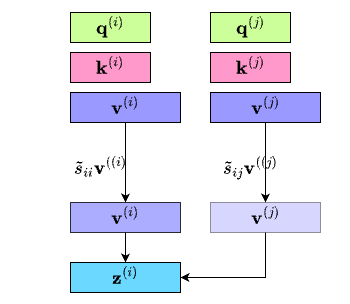
Before: ds701_book/drawio/ComputingAttention.png, a diagram exported from draw.io (tools4ds/DS701-Course-Notes). Source tidied: cells renumbered, new cells last; positions are measured from the earlier drawing's top-left corner, leaving out a move shared by most shapes.
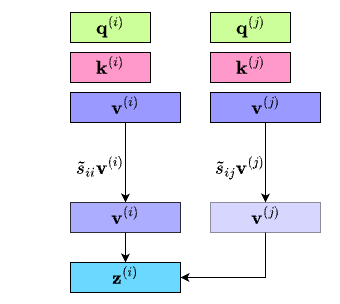
The same diagram one commit later.

Commit message:
Update figs in attention

Diff of the diagram source:
```diff
@@ -41,11 +41,11 @@
     <mxCell id="14" value="$$\mathbf{v}^{(j)}$$" style="rounded=0;whiteSpace=wrap;html=1;fontSize=16;fillColor=#9999FF;opacity=40;" parent="1" vertex="1">
       <mxGeometry x="210" y="190" width="110" height="30" as="geometry" />
     </mxCell>
-    <mxCell id="15" value="$$\tilde{s}_{ii}\mathbf{v}^{((i)}$$" style="text;html=1;align=center;verticalAlign=middle;whiteSpace=wrap;rounded=0;fontSize=16;" parent="1" vertex="1">
+    <mxCell id="15" value="$$\tilde{s}_{ii}\mathbf{v}^{(i)}$$" style="text;html=1;align=center;verticalAlign=middle;whiteSpace=wrap;rounded=0;fontSize=16;" parent="1" vertex="1">
       <mxGeometry y="140" width="200" height="30" as="geometry" />
     </mxCell>
-    <mxCell id="16" value="$$\tilde{s}_{ij}\mathbf{v}^{((j)}$$" style="text;html=1;align=center;verticalAlign=middle;whiteSpace=wrap;rounded=0;fontSize=16;" parent="1" vertex="1">
-      <mxGeometry x="150" y="140" width="200" height="30" as="geometry" />
+    <mxCell id="16" value="$$\tilde{s}_{ij}\mathbf{v}^{(j)}$$" style="text;html=1;align=center;verticalAlign=middle;whiteSpace=wrap;rounded=0;fontSize=16;" parent="1" vertex="1">
+      <mxGeometry x="140" y="140" width="200" height="30" as="geometry" />
     </mxCell>
   </root>
 </mxGraphModel>
```
